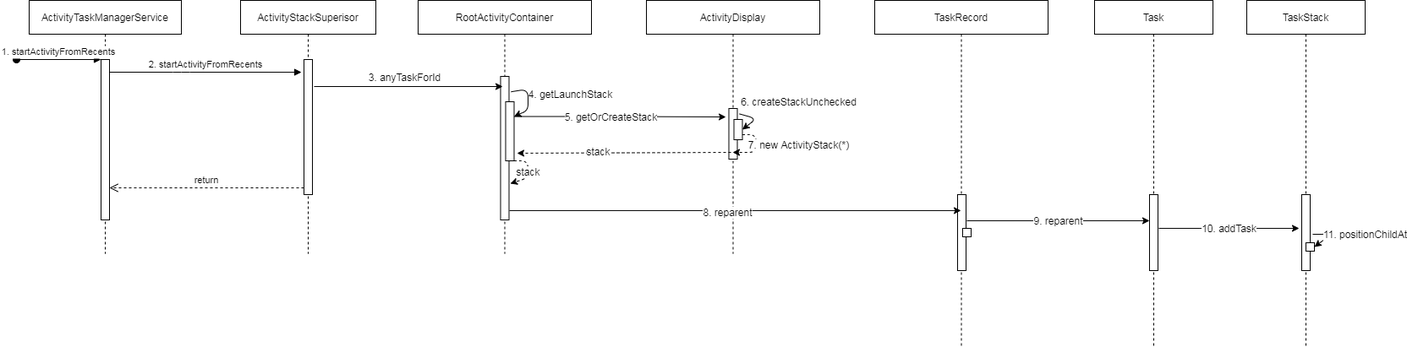
Above: diagrams/SplitScreen.png in DrMoring/drawing (draw.io), before the change. Source tidied: cells renumbered, new cells last; positions are measured from the earlier drawing's top-left corner, leaving out a move shared by most shapes.
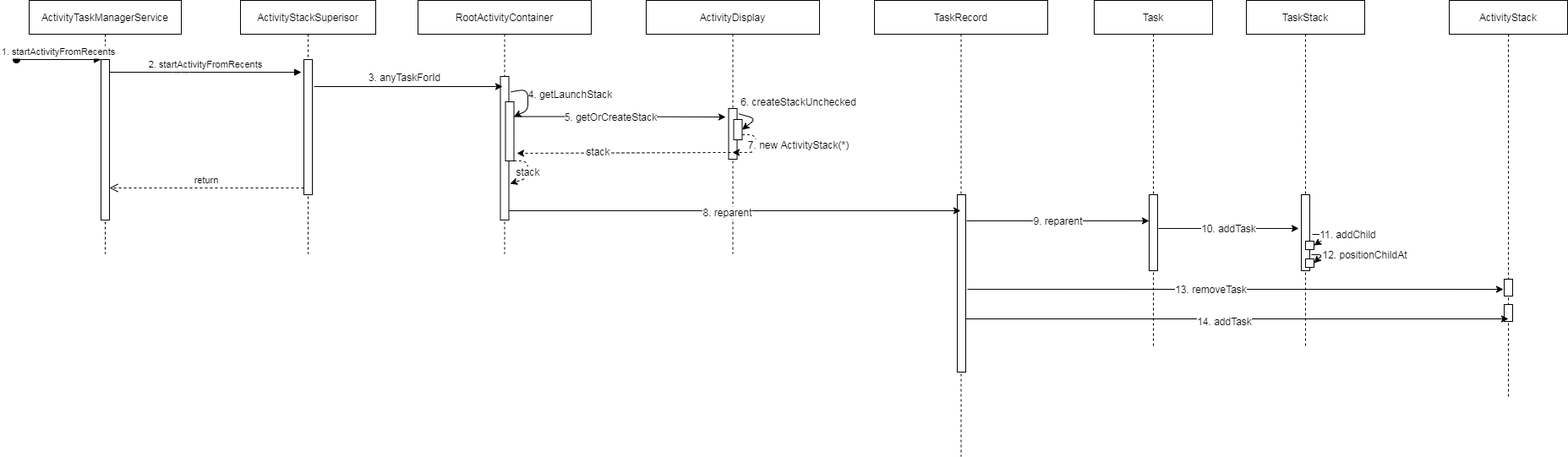
Later version of the same file.

Diff of the diagram source:
```diff
@@ -107,14 +107,11 @@
       <mxGeometry x="0.24" y="-2" relative="1" as="geometry" />
     </mxCell>
     <mxCell id="25" value="TaskRecord" style="shape=umlLifeline;perimeter=lifelinePerimeter;rounded=0;shadow=0;strokeWidth=1;" parent="1" vertex="1">
-      <mxGeometry x="1015" width="205" height="410" as="geometry" />
+      <mxGeometry x="1015" width="205" height="540" as="geometry" />
     </mxCell>
     <mxCell id="26" style="points=[];perimeter=orthogonalPerimeter;rounded=0;shadow=0;strokeWidth=1;" parent="25" vertex="1">
-      <mxGeometry x="98" y="230" width="10" height="90" as="geometry" />
+      <mxGeometry x="98" y="230" width="10" height="210" as="geometry" />
     </mxCell>
-    <mxCell id="27" style="rounded=0;whiteSpace=wrap;html=1;" parent="25" vertex="1">
-      <mxGeometry x="104" y="270" width="10" height="10" as="geometry" />
-    </mxCell>
     <mxCell id="28" style="endArrow=classic;html=1;exitX=1.05;exitY=0.935;exitDx=0;exitDy=0;exitPerimeter=0;" parent="1" edge="1" source="10" target="25">
       <mxGeometry relative="1" as="geometry" />
     </mxCell>
@@ -142,15 +139,49 @@
       <mxGeometry relative="1" as="geometry" />
     </mxCell>
     <mxCell id="36" style="rounded=0;whiteSpace=wrap;html=1;" parent="1" vertex="1">
-      <mxGeometry x="1525" y="287" width="10" height="10" as="geometry" />
+      <mxGeometry x="1525" y="285" width="10" height="10" as="geometry" />
     </mxCell>
-    <mxCell id="37" value="11. positionChildAt" style="endArrow=classic;html=1;exitX=1.3;exitY=0.522;exitDx=0;exitDy=0;exitPerimeter=0;entryX=1;entryY=0.5;entryDx=0;entryDy=0;" parent="1" edge="1" source="34" target="36">
-      <mxGeometry x="-0.06" y="40" relative="1" as="geometry">
+    <mxCell id="37" value="11. addChild" style="endArrow=classic;html=1;exitX=1.3;exitY=0.522;exitDx=0;exitDy=0;exitPerimeter=0;entryX=1;entryY=0.5;entryDx=0;entryDy=0;" parent="1" edge="1" source="34" target="36">
+      <mxGeometry x="-0.04" y="20" relative="1" as="geometry">
         <Array as="points">
           <mxPoint x="1555" y="277" />
         </Array>
-        <mxPoint x="16" y="-32" as="offset" />
+        <mxPoint x="9" y="-17" as="offset" />
       </mxGeometry>
     </mxCell>
+    <mxCell id="38" style="rounded=0;whiteSpace=wrap;html=1;" parent="1" vertex="1">
+      <mxGeometry x="1525" y="306" width="10" height="10" as="geometry" />
+    </mxCell>
+    <mxCell id="39" value="12. positionChildAt" style="endArrow=classic;html=1;exitX=1.2;exitY=0.789;exitDx=0;exitDy=0;exitPerimeter=0;entryX=1;entryY=0.5;entryDx=0;entryDy=0;" parent="1" edge="1" source="34" target="38">
+      <mxGeometry x="-0.04" y="50" relative="1" as="geometry">
+        <Array as="points">
+          <mxPoint x="1545" y="301" />
+        </Array>
+        <mxPoint x="15" y="-35" as="offset" />
+      </mxGeometry>
+    </mxCell>
+    <mxCell id="40" value="ActivityStack" style="shape=umlLifeline;perimeter=lifelinePerimeter;rounded=0;shadow=0;strokeWidth=1;" parent="1" vertex="1">
+      <mxGeometry x="1695" width="140" height="470" as="geometry" />
+    </mxCell>
+    <mxCell id="41" style="perimeter=orthogonalPerimeter;rounded=0;shadow=0;strokeWidth=1;" parent="40" vertex="1">
+      <mxGeometry x="65" y="330" width="10" height="20" as="geometry" />
+    </mxCell>
+    <mxCell id="42" style="points=[];perimeter=orthogonalPerimeter;rounded=0;shadow=0;strokeWidth=1;" parent="40" vertex="1">
+      <mxGeometry x="65" y="360" width="10" height="20" as="geometry" />
+    </mxCell>
+    <mxCell id="43" style="endArrow=classic;html=1;exitX=1.2;exitY=0.533;exitDx=0;exitDy=0;exitPerimeter=0;" parent="1" edge="1" source="26">
+      <mxGeometry relative="1" as="geometry">
+        <mxPoint x="1759" y="342" as="targetPoint" />
+      </mxGeometry>
+    </mxCell>
+    <mxCell id="44" value="13. removeTask" style="edgeLabel;html=1;align=center;verticalAlign=middle;" parent="43" vertex="1">
+      <mxGeometry x="-0.09" relative="1" as="geometry" />
+    </mxCell>
+    <mxCell id="45" style="endArrow=classic;html=1;exitX=1;exitY=0.7;exitDx=0;exitDy=0;exitPerimeter=0;entryX=0.5;entryY=0.85;entryDx=0;entryDy=0;entryPerimeter=0;" parent="1" edge="1" source="26" target="42">
+      <mxGeometry relative="1" as="geometry" />
+    </mxCell>
+    <mxCell id="46" value="14. addTask" style="edgeLabel;html=1;align=center;verticalAlign=middle;" parent="45" vertex="1">
+      <mxGeometry x="-0.05" y="-2" relative="1" as="geometry" />
+    </mxCell>
   </root>
 </mxGraphModel>
```
